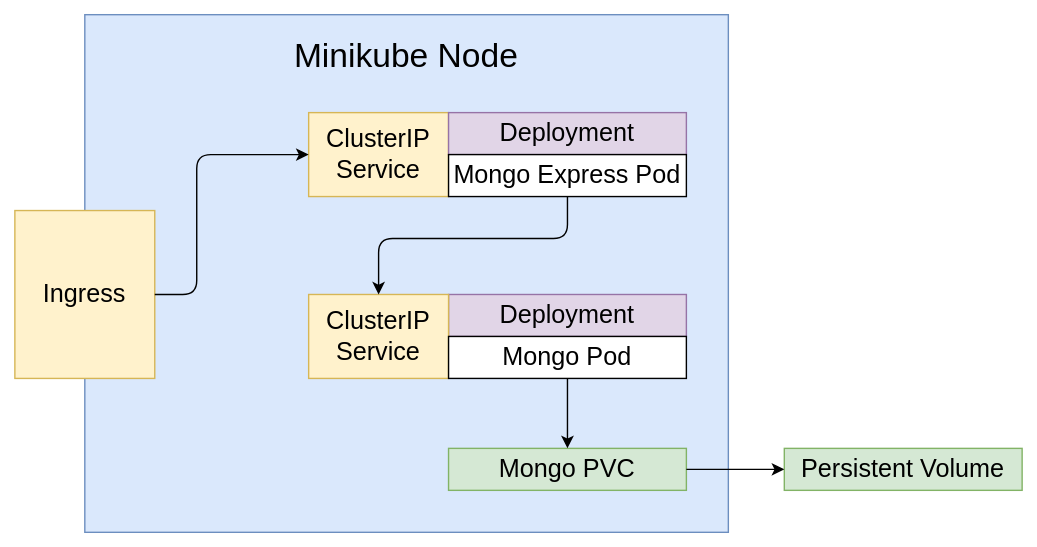
paolodenti/k8s-template keeps this draw.io diagram as docs/node.svg. Above is the earlier version. Source tidied: cells renumbered, new cells last; positions are measured from the earlier drawing's top-left corner, leaving out a move shared by most shapes.
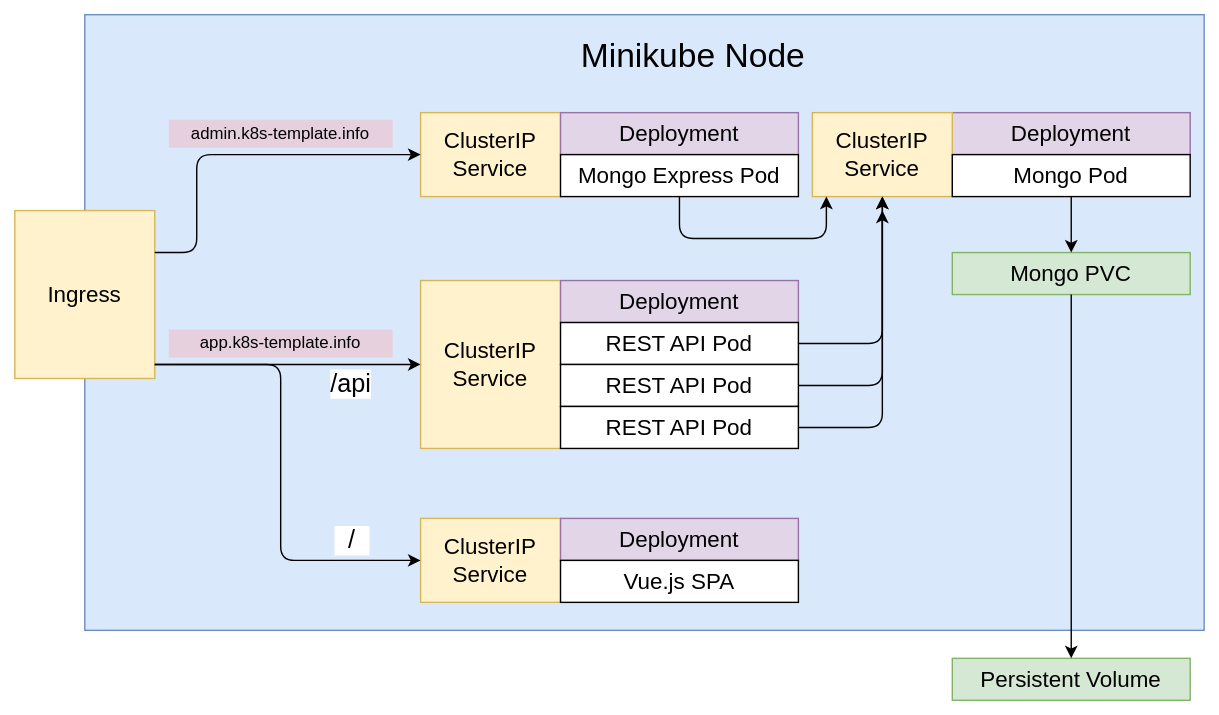
Above is the later version.

What changed in the source:
```diff
@@ -3,65 +3,144 @@
     <mxCell id="0" />
     <mxCell id="1" parent="0" />
     <mxCell id="2" style="rounded=0;whiteSpace=wrap;html=1;fillColor=#FFFFFF;strokeColor=none;" parent="1" vertex="1">
-      <mxGeometry width="740" height="390" as="geometry" />
+      <mxGeometry width="870" height="510" as="geometry" />
     </mxCell>
     <mxCell id="3" style="rounded=0;whiteSpace=wrap;html=1;fillColor=#dae8fc;strokeColor=#6c8ebf;" parent="1" vertex="1">
-      <mxGeometry x="60" y="10" width="460" height="370" as="geometry" />
+      <mxGeometry x="60" y="10" width="800" height="440" as="geometry" />
     </mxCell>
-    <mxCell id="4" value="&lt;font style=&quot;font-size: 18px&quot;&gt;Deployment&lt;/font&gt;" style="rounded=0;whiteSpace=wrap;html=1;fillColor=#e1d5e7;strokeColor=#9673a6;" parent="1" vertex="1">
-      <mxGeometry x="320" y="210" width="170" height="30" as="geometry" />
+    <mxCell id="4" value="&lt;font style=&quot;font-size: 16px&quot;&gt;Deployment&lt;/font&gt;" style="rounded=0;whiteSpace=wrap;html=1;fillColor=#e1d5e7;strokeColor=#9673a6;" parent="1" vertex="1">
+      <mxGeometry x="680" y="80" width="170" height="30" as="geometry" />
     </mxCell>
-    <mxCell id="5" value="&lt;font style=&quot;font-size: 18px&quot;&gt;ClusterIP Service&lt;/font&gt;" style="rounded=0;whiteSpace=wrap;html=1;fillColor=#fff2cc;strokeColor=#d6b656;" parent="1" vertex="1">
-      <mxGeometry x="220" y="210" width="100" height="60" as="geometry" />
+    <mxCell id="5" value="&lt;font style=&quot;font-size: 16px&quot;&gt;ClusterIP Service&lt;/font&gt;" style="rounded=0;whiteSpace=wrap;html=1;fillColor=#fff2cc;strokeColor=#d6b656;" parent="1" vertex="1">
+      <mxGeometry x="580" y="80" width="100" height="60" as="geometry" />
     </mxCell>
     <mxCell id="6" style="edgeStyle=orthogonalEdgeStyle;rounded=0;orthogonalLoop=1;jettySize=auto;html=1;exitX=0.5;exitY=1;exitDx=0;exitDy=0;" parent="1" edge="1" source="5" target="5">
       <mxGeometry relative="1" as="geometry" />
     </mxCell>
-    <mxCell id="7" value="&lt;font style=&quot;font-size: 18px&quot;&gt;Mongo Pod&lt;/font&gt;" style="rounded=0;whiteSpace=wrap;html=1;" parent="1" vertex="1">
-      <mxGeometry x="320" y="240" width="170" height="30" as="geometry" />
+    <mxCell id="7" value="&lt;font style=&quot;font-size: 16px&quot;&gt;Mongo Pod&lt;/font&gt;" style="rounded=0;whiteSpace=wrap;html=1;" parent="1" vertex="1">
+      <mxGeometry x="680" y="110" width="170" height="30" as="geometry" />
     </mxCell>
-    <mxCell id="8" value="&lt;font style=&quot;font-size: 18px&quot;&gt;Mongo PVC&lt;/font&gt;" style="rounded=0;whiteSpace=wrap;html=1;fillColor=#d5e8d4;strokeColor=#82b366;" parent="1" vertex="1">
-      <mxGeometry x="320" y="320" width="170" height="30" as="geometry" />
+    <mxCell id="8" value="&lt;font style=&quot;font-size: 16px&quot;&gt;Mongo PVC&lt;/font&gt;" style="rounded=0;whiteSpace=wrap;html=1;fillColor=#d5e8d4;strokeColor=#82b366;" parent="1" vertex="1">
+      <mxGeometry x="680" y="180" width="170" height="30" as="geometry" />
     </mxCell>
     <mxCell id="9" style="endArrow=classic;html=1;exitX=0.5;exitY=1;exitDx=0;exitDy=0;entryX=0.5;entryY=0;entryDx=0;entryDy=0;" parent="1" edge="1" source="7" target="8">
       <mxGeometry relative="1" as="geometry" />
     </mxCell>
     <mxCell id="10" value="Minikube Node" style="text;html=1;strokeColor=none;fillColor=none;align=center;verticalAlign=middle;whiteSpace=wrap;rounded=0;fontSize=24;" parent="1" vertex="1">
-      <mxGeometry x="175" y="30" width="230" height="20" as="geometry" />
+      <mxGeometry x="380" y="30" width="230" height="20" as="geometry" />
     </mxCell>
-    <mxCell id="11" value="&lt;font style=&quot;font-size: 18px&quot;&gt;ClusterIP Service&lt;/font&gt;" style="rounded=0;whiteSpace=wrap;html=1;fillColor=#fff2cc;strokeColor=#d6b656;" parent="1" vertex="1">
-      <mxGeometry x="220" y="80" width="100" height="60" as="geometry" />
+    <mxCell id="11" value="&lt;font style=&quot;font-size: 16px&quot;&gt;ClusterIP Service&lt;/font&gt;" style="rounded=0;whiteSpace=wrap;html=1;fillColor=#fff2cc;strokeColor=#d6b656;" parent="1" vertex="1">
+      <mxGeometry x="300" y="80" width="100" height="60" as="geometry" />
     </mxCell>
-    <mxCell id="12" value="&lt;font style=&quot;font-size: 18px&quot;&gt;Deployment&lt;/font&gt;" style="rounded=0;whiteSpace=wrap;html=1;fillColor=#e1d5e7;strokeColor=#9673a6;" parent="1" vertex="1">
-      <mxGeometry x="320" y="80" width="170" height="30" as="geometry" />
+    <mxCell id="12" value="&lt;font style=&quot;font-size: 16px&quot;&gt;Deployment&lt;/font&gt;" style="rounded=0;whiteSpace=wrap;html=1;fillColor=#e1d5e7;strokeColor=#9673a6;" parent="1" vertex="1">
+      <mxGeometry x="400" y="80" width="170" height="30" as="geometry" />
     </mxCell>
-    <mxCell id="13" value="&lt;font style=&quot;font-size: 18px&quot;&gt;Mongo Express Pod&lt;/font&gt;" style="rounded=0;whiteSpace=wrap;html=1;" parent="1" vertex="1">
-      <mxGeometry x="320" y="110" width="170" height="30" as="geometry" />
+    <mxCell id="13" value="&lt;font style=&quot;font-size: 16px&quot;&gt;Mongo Express Pod&lt;/font&gt;" style="rounded=0;whiteSpace=wrap;html=1;" parent="1" vertex="1">
+      <mxGeometry x="400" y="110" width="170" height="30" as="geometry" />
     </mxCell>
-    <mxCell id="14" style="endArrow=classic;html=1;fontSize=24;entryX=0.5;entryY=0;entryDx=0;entryDy=0;exitX=0.5;exitY=1;exitDx=0;exitDy=0;" parent="1" edge="1" source="13" target="5">
+    <mxCell id="14" style="endArrow=classic;html=1;fontSize=24;exitX=0.5;exitY=1;exitDx=0;exitDy=0;" parent="1" edge="1" source="13">
       <mxGeometry relative="1" as="geometry">
+        <mxPoint x="590" y="140" as="targetPoint" />
         <Array as="points">
-          <mxPoint x="405" y="170" />
-          <mxPoint x="270" y="170" />
+          <mxPoint x="485" y="170" />
+          <mxPoint x="590" y="170" />
         </Array>
       </mxGeometry>
     </mxCell>
-    <mxCell id="15" value="&lt;font style=&quot;font-size: 18px&quot;&gt;Ingress&lt;/font&gt;" style="rounded=0;whiteSpace=wrap;html=1;fillColor=#fff2cc;strokeColor=#d6b656;" parent="1" vertex="1">
+    <mxCell id="15" value="&lt;font style=&quot;font-size: 16px&quot;&gt;Ingress&lt;/font&gt;" style="rounded=0;whiteSpace=wrap;html=1;fillColor=#fff2cc;strokeColor=#d6b656;" parent="1" vertex="1">
       <mxGeometry x="10" y="150" width="100" height="120" as="geometry" />
     </mxCell>
-    <mxCell id="16" style="endArrow=classic;html=1;fontSize=24;entryX=0;entryY=0.5;entryDx=0;entryDy=0;exitX=1;exitY=0.5;exitDx=0;exitDy=0;" parent="1" edge="1" source="15" target="11">
+    <mxCell id="16" style="endArrow=classic;html=1;fontSize=24;entryX=0;entryY=0.5;entryDx=0;entryDy=0;exitX=1;exitY=0.25;exitDx=0;exitDy=0;" parent="1" edge="1" source="15" target="11">
       <mxGeometry relative="1" as="geometry">
         <Array as="points">
-          <mxPoint x="140" y="210" />
+          <mxPoint x="140" y="180" />
           <mxPoint x="140" y="110" />
         </Array>
       </mxGeometry>
     </mxCell>
-    <mxCell id="17" value="&lt;font style=&quot;font-size: 18px&quot;&gt;Persistent Volume&lt;br&gt;&lt;/font&gt;" style="rounded=0;whiteSpace=wrap;html=1;fillColor=#d5e8d4;strokeColor=#82b366;" parent="1" vertex="1">
-      <mxGeometry x="560" y="320" width="170" height="30" as="geometry" />
+    <mxCell id="17" value="&lt;font style=&quot;font-size: 16px&quot;&gt;Persistent Volume&lt;br&gt;&lt;/font&gt;" style="rounded=0;whiteSpace=wrap;html=1;fillColor=#d5e8d4;strokeColor=#82b366;" parent="1" vertex="1">
+      <mxGeometry x="680" y="470" width="170" height="30" as="geometry" />
     </mxCell>
-    <mxCell id="18" style="endArrow=classic;html=1;entryX=0;entryY=0.5;entryDx=0;entryDy=0;exitX=1;exitY=0.5;exitDx=0;exitDy=0;" parent="1" edge="1" source="8" target="17">
+    <mxCell id="18" style="endArrow=classic;html=1;exitX=0.5;exitY=1;exitDx=0;exitDy=0;" parent="1" edge="1" source="8" target="17">
       <mxGeometry relative="1" as="geometry" />
     </mxCell>
+    <mxCell id="19" value="&lt;font style=&quot;font-size: 16px&quot;&gt;ClusterIP Service&lt;/font&gt;" style="rounded=0;whiteSpace=wrap;html=1;fillColor=#fff2cc;strokeColor=#d6b656;" parent="1" vertex="1">
+      <mxGeometry x="300" y="200" width="100" height="120" as="geometry" />
+    </mxCell>
+    <mxCell id="20" value="&lt;font style=&quot;font-size: 16px&quot;&gt;Deployment&lt;/font&gt;" style="rounded=0;whiteSpace=wrap;html=1;fillColor=#e1d5e7;strokeColor=#9673a6;" parent="1" vertex="1">
+      <mxGeometry x="400" y="200" width="170" height="30" as="geometry" />
+    </mxCell>
+    <mxCell id="21" value="&lt;font style=&quot;font-size: 16px&quot;&gt;REST API Pod&lt;/font&gt;" style="rounded=0;whiteSpace=wrap;html=1;" parent="1" vertex="1">
+      <mxGeometry x="400" y="230" width="170" height="30" as="geometry" />
+    </mxCell>
+    <mxCell id="22" value="&lt;font style=&quot;font-size: 16px&quot;&gt;REST API Pod&lt;/font&gt;" style="rounded=0;whiteSpace=wrap;html=1;" parent="1" vertex="1">
+      <mxGeometry x="400" y="260" width="170" height="30" as="geometry" />
+    </mxCell>
+    <mxCell id="23" value="&lt;font style=&quot;font-size: 16px&quot;&gt;REST API Pod&lt;/font&gt;" style="rounded=0;whiteSpace=wrap;html=1;" parent="1" vertex="1">
+      <mxGeometry x="400" y="290" width="170" height="30" as="geometry" />
+    </mxCell>
+    <mxCell id="24" style="endArrow=classic;html=1;exitX=1;exitY=0.5;exitDx=0;exitDy=0;" parent="1" edge="1" source="21">
+      <mxGeometry relative="1" as="geometry">
+        <mxPoint x="630" y="150" as="targetPoint" />
+        <Array as="points">
+          <mxPoint x="630" y="245" />
+        </Array>
+      </mxGeometry>
+    </mxCell>
+    <mxCell id="25" style="endArrow=classic;html=1;exitX=1;exitY=0.5;exitDx=0;exitDy=0;entryX=0.5;entryY=1;entryDx=0;entryDy=0;" parent="1" edge="1" source="22" target="5">
+      <mxGeometry relative="1" as="geometry">
+        <Array as="points">
+          <mxPoint x="630" y="275" />
+        </Array>
+      </mxGeometry>
+    </mxCell>
+    <mxCell id="26" style="endArrow=classic;html=1;entryX=0.5;entryY=1;entryDx=0;entryDy=0;exitX=1;exitY=0.5;exitDx=0;exitDy=0;" parent="1" edge="1" source="23" target="5">
+      <mxGeometry relative="1" as="geometry">
+        <Array as="points">
+          <mxPoint x="630" y="305" />
+        </Array>
+      </mxGeometry>
+    </mxCell>
+    <mxCell id="27" value="&lt;font style=&quot;font-size: 16px&quot;&gt;ClusterIP Service&lt;/font&gt;" style="rounded=0;whiteSpace=wrap;html=1;fillColor=#fff2cc;strokeColor=#d6b656;" parent="1" vertex="1">
+      <mxGeometry x="300" y="370" width="100" height="60" as="geometry" />
+    </mxCell>
+    <mxCell id="28" value="&lt;font style=&quot;font-size: 16px&quot;&gt;Deployment&lt;/font&gt;" style="rounded=0;whiteSpace=wrap;html=1;fillColor=#e1d5e7;strokeColor=#9673a6;" parent="1" vertex="1">
+      <mxGeometry x="400" y="370" width="170" height="30" as="geometry" />
+    </mxCell>
+    <mxCell id="29" value="&lt;font style=&quot;font-size: 16px&quot;&gt;Vue.js SPA&lt;/font&gt;" style="rounded=0;whiteSpace=wrap;html=1;" parent="1" vertex="1">
+      <mxGeometry x="400" y="400" width="170" height="30" as="geometry" />
+    </mxCell>
+    <mxCell id="30" style="endArrow=classic;html=1;entryX=0;entryY=0.5;entryDx=0;entryDy=0;" parent="1" edge="1" target="27">
+      <mxGeometry relative="1" as="geometry">
+        <mxPoint x="110" y="260" as="sourcePoint" />
+        <Array as="points">
+          <mxPoint x="200" y="260" />
+          <mxPoint x="200" y="400" />
+        </Array>
+      </mxGeometry>
+    </mxCell>
+    <mxCell id="31" value="&amp;nbsp;&amp;nbsp; &lt;font style=&quot;font-size: 18px&quot;&gt;/&amp;nbsp;&amp;nbsp; &lt;br&gt;&lt;/font&gt;" style="edgeLabel;html=1;align=center;verticalAlign=middle;" parent="30" vertex="1">
+      <mxGeometry relative="1" as="geometry">
+        <mxPoint x="50" y="50" as="offset" />
+      </mxGeometry>
+    </mxCell>
+    <mxCell id="32" style="endArrow=classic;html=1;entryX=0;entryY=0.5;entryDx=0;entryDy=0;exitX=1;exitY=0.917;exitDx=0;exitDy=0;exitPerimeter=0;" parent="1" edge="1" source="15" target="19">
+      <mxGeometry relative="1" as="geometry">
+        <Array as="points">
+          <mxPoint x="160" y="260" />
+        </Array>
+      </mxGeometry>
+    </mxCell>
+    <mxCell id="33" value="&lt;font style=&quot;font-size: 18px&quot;&gt;/api&lt;/font&gt;" style="edgeLabel;html=1;align=center;verticalAlign=middle;" parent="32" vertex="1">
+      <mxGeometry relative="1" as="geometry">
+        <mxPoint x="45" y="13" as="offset" />
+      </mxGeometry>
+    </mxCell>
+    <mxCell id="34" value="app.k8s-template.info" style="text;html=1;strokeColor=none;align=center;verticalAlign=middle;whiteSpace=wrap;rounded=0;fillColor=#E6D0DE;" parent="1" vertex="1">
+      <mxGeometry x="120" y="235" width="160" height="20" as="geometry" />
+    </mxCell>
+    <mxCell id="35" value="admin.k8s-template.info" style="text;html=1;strokeColor=none;align=center;verticalAlign=middle;whiteSpace=wrap;rounded=0;fillColor=#E6D0DE;" parent="1" vertex="1">
+      <mxGeometry x="120" y="85" width="160" height="20" as="geometry" />
+    </mxCell>
   </root>
 </mxGraphModel>
```
